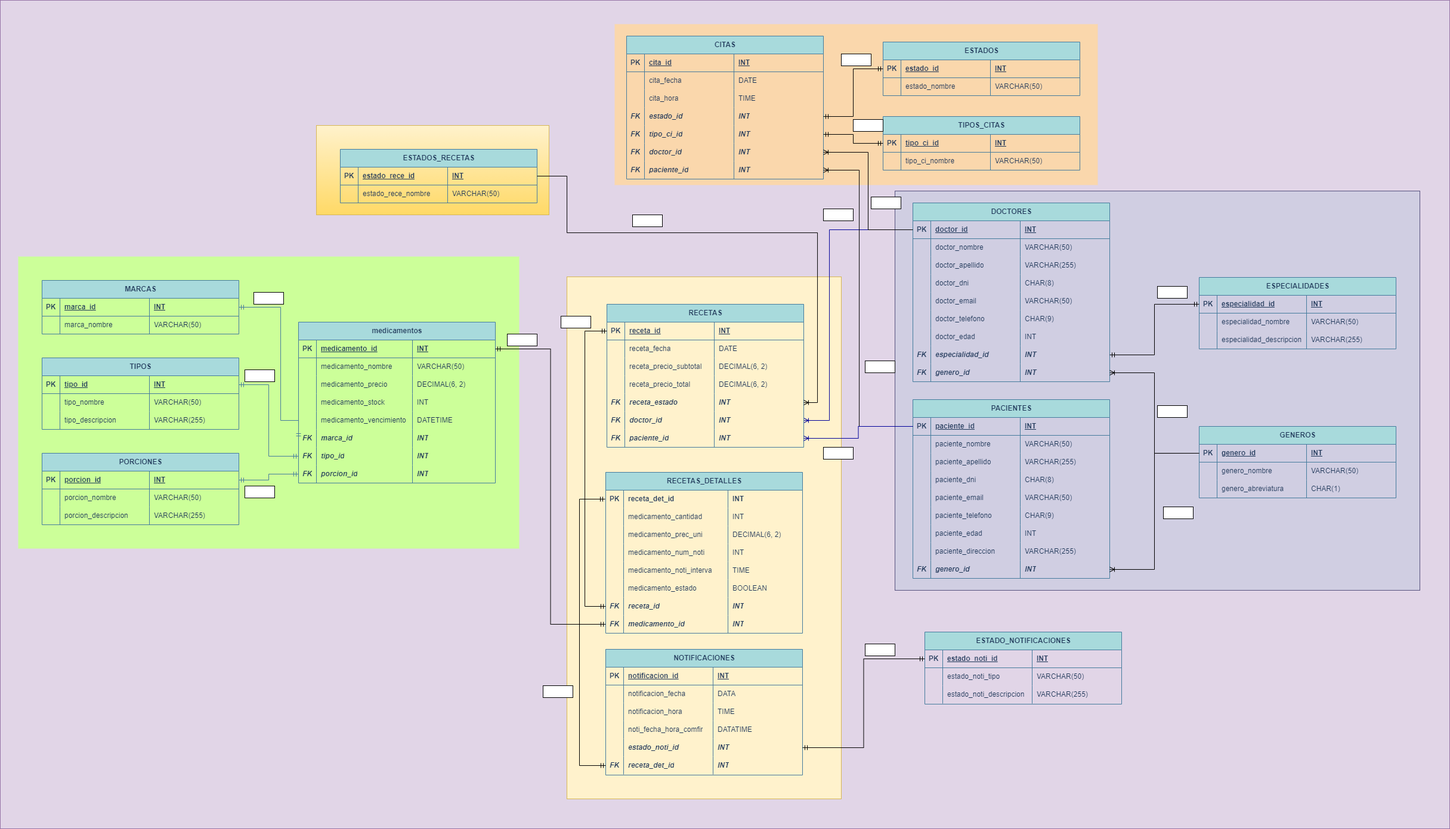
Above: docConnect.drawio.png in jetaype21/BD-GRUPOUNO (draw.io), before the change. Source tidied: cells renumbered, new cells last; positions are measured from the earlier drawing's top-left corner, leaving out a move shared by most shapes.
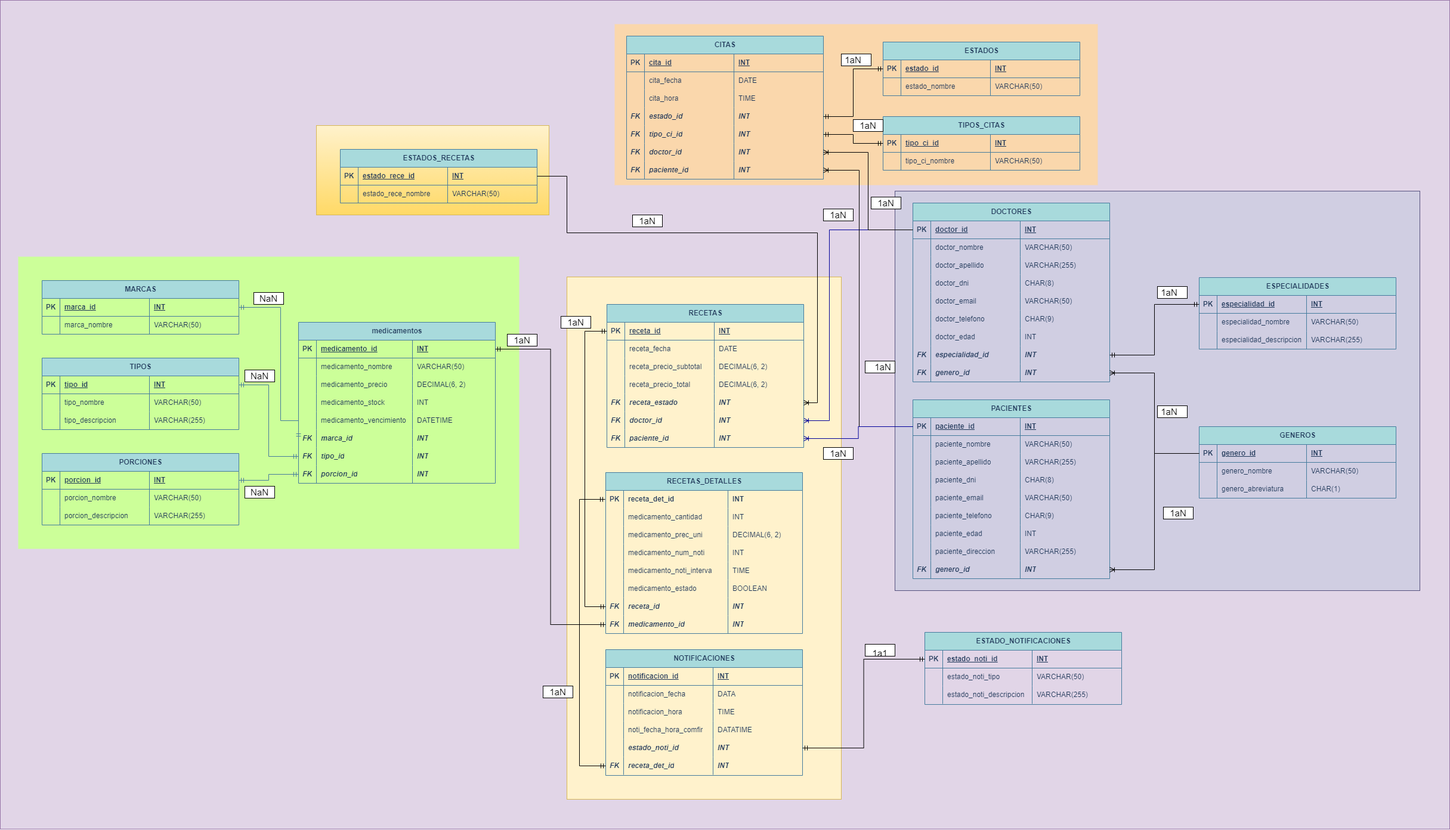
After the commit.

The edit, as a diff of the source:
```diff
@@ -1126,5 +1126,56 @@
     <mxCell id="365" style="verticalLabelPosition=bottom;verticalAlign=top;html=1;shape=mxgraph.basic.rect;fillColor2=none;strokeWidth=1;size=0;indent=100;" parent="1" vertex="1">
       <mxGeometry x="1430" y="200" width="50" height="20" as="geometry" />
     </mxCell>
+    <mxCell id="366" value="NaN" style="text;html=1;strokeColor=none;fillColor=none;align=center;verticalAlign=middle;whiteSpace=wrap;rounded=0;fontSize=15;" parent="1" vertex="1">
+      <mxGeometry x="420" y="485" width="60" height="30" as="geometry" />
+    </mxCell>
+    <mxCell id="367" value="1aN" style="text;html=1;strokeColor=none;fillColor=none;align=center;verticalAlign=middle;whiteSpace=wrap;rounded=0;fontSize=15;" parent="1" vertex="1">
+      <mxGeometry x="845" y="555" width="60" height="30" as="geometry" />
+    </mxCell>
+    <mxCell id="368" value="NaN" style="text;html=1;strokeColor=none;fillColor=none;align=center;verticalAlign=middle;whiteSpace=wrap;rounded=0;fontSize=15;" parent="1" vertex="1">
+      <mxGeometry x="405" y="615" width="60" height="30" as="geometry" />
+    </mxCell>
+    <mxCell id="369" value="NaN" style="text;html=1;strokeColor=none;fillColor=none;align=center;verticalAlign=middle;whiteSpace=wrap;rounded=0;fontSize=15;" parent="1" vertex="1">
+      <mxGeometry x="405" y="810" width="60" height="30" as="geometry" />
+    </mxCell>
+    <mxCell id="370" value="1aN" style="text;html=1;strokeColor=none;fillColor=none;align=center;verticalAlign=middle;whiteSpace=wrap;rounded=0;fontSize=15;" parent="1" vertex="1">
+      <mxGeometry x="905" y="1145" width="60" height="30" as="geometry" />
+    </mxCell>
+    <mxCell id="371" value="1aN" style="text;html=1;strokeColor=none;fillColor=none;align=center;verticalAlign=middle;whiteSpace=wrap;rounded=0;fontSize=15;" parent="1" vertex="1">
+      <mxGeometry x="935" y="525" width="60" height="30" as="geometry" />
+    </mxCell>
+    <mxCell id="372" value="1aN" style="text;html=1;strokeColor=none;fillColor=none;align=center;verticalAlign=middle;whiteSpace=wrap;rounded=0;fontSize=15;" parent="1" vertex="1">
+      <mxGeometry x="1055" y="355" width="60" height="30" as="geometry" />
+    </mxCell>
+    <mxCell id="373" value="1aN" style="text;html=1;strokeColor=none;fillColor=none;align=center;verticalAlign=middle;whiteSpace=wrap;rounded=0;fontSize=15;" parent="1" vertex="1">
+      <mxGeometry x="1425" y="195" width="60" height="30" as="geometry" />
+    </mxCell>
+    <mxCell id="374" value="1aN" style="text;html=1;strokeColor=none;fillColor=none;align=center;verticalAlign=middle;whiteSpace=wrap;rounded=0;fontSize=15;" parent="1" vertex="1">
+      <mxGeometry x="1400" y="85" width="60" height="30" as="geometry" />
+    </mxCell>
+    <mxCell id="375" value="1a1" style="text;html=1;strokeColor=none;fillColor=none;align=center;verticalAlign=middle;whiteSpace=wrap;rounded=0;fontSize=15;" parent="1" vertex="1">
+      <mxGeometry x="1445" y="1080" width="60" height="30" as="geometry" />
+    </mxCell>
+    <mxCell id="376" value="1aN" style="text;html=1;strokeColor=none;fillColor=none;align=center;verticalAlign=middle;whiteSpace=wrap;rounded=0;fontSize=15;" parent="1" vertex="1">
+      <mxGeometry x="1375" y="745" width="60" height="30" as="geometry" />
+    </mxCell>
+    <mxCell id="377" value="1aN" style="text;html=1;strokeColor=none;fillColor=none;align=center;verticalAlign=middle;whiteSpace=wrap;rounded=0;fontSize=15;" parent="1" vertex="1">
+      <mxGeometry x="1450" y="600" width="60" height="30" as="geometry" />
+    </mxCell>
+    <mxCell id="378" value="1aN" style="text;html=1;strokeColor=none;fillColor=none;align=center;verticalAlign=middle;whiteSpace=wrap;rounded=0;fontSize=15;" parent="1" vertex="1">
+      <mxGeometry x="1375" y="345" width="60" height="30" as="geometry" />
+    </mxCell>
+    <mxCell id="379" value="1aN" style="text;html=1;strokeColor=none;fillColor=none;align=center;verticalAlign=middle;whiteSpace=wrap;rounded=0;fontSize=15;" parent="1" vertex="1">
+      <mxGeometry x="1455" y="325" width="60" height="30" as="geometry" />
+    </mxCell>
+    <mxCell id="380" value="1aN" style="text;html=1;strokeColor=none;fillColor=none;align=center;verticalAlign=middle;whiteSpace=wrap;rounded=0;fontSize=15;" parent="1" vertex="1">
+      <mxGeometry x="1945" y="845" width="60" height="30" as="geometry" />
+    </mxCell>
+    <mxCell id="381" value="1aN" style="text;html=1;strokeColor=none;fillColor=none;align=center;verticalAlign=middle;whiteSpace=wrap;rounded=0;fontSize=15;" parent="1" vertex="1">
+      <mxGeometry x="1930" y="675" width="60" height="30" as="geometry" />
+    </mxCell>
+    <mxCell id="382" value="1aN" style="text;html=1;strokeColor=none;fillColor=none;align=center;verticalAlign=middle;whiteSpace=wrap;rounded=0;fontSize=15;" parent="1" vertex="1">
+      <mxGeometry x="1930" y="475" width="60" height="30" as="geometry" />
+    </mxCell>
   </root>
 </mxGraphModel>
```
